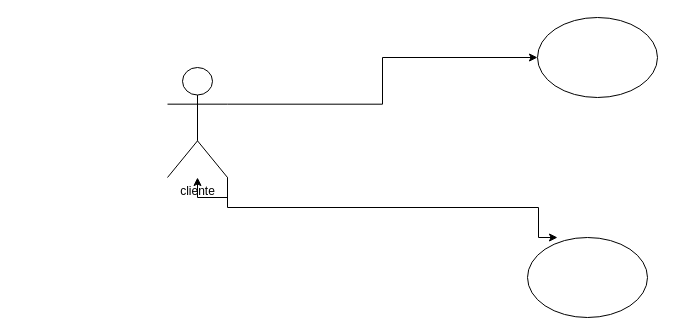
Earlier version of the draw.io diagram page "Página-1" (1 of 5) of Diagrama sem nome.drawio (helio0278/diagramasderequisitos). Source tidied: cells renumbered, new cells numbered last; positions are measured from the earlier drawing's top-left corner, leaving out a move shared by most shapes. Both pictures are drawn from the tidied source at 100%, with x=0, y=0 at pixel (167, 17).
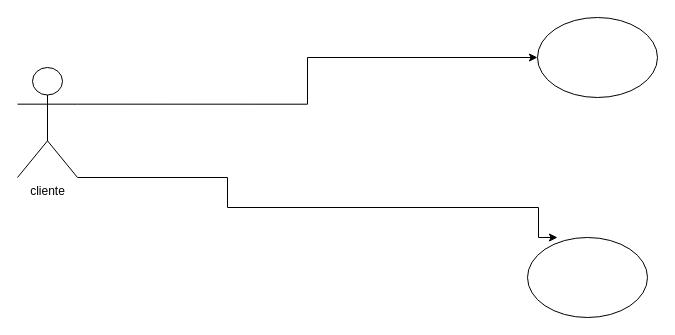
After the change.

Change to the diagram source:
```diff
@@
 <mxGraphModel>
   <root>
     <mxCell id="0" />
     <mxCell id="1" parent="0" />
     <mxCell id="2" style="ellipse;whiteSpace=wrap;html=1;" parent="1" vertex="1">
       <mxGeometry x="370" width="120" height="80" as="geometry" />
     </mxCell>
     <mxCell id="3" style="ellipse;whiteSpace=wrap;html=1;" parent="1" vertex="1">
       <mxGeometry x="360" y="220" width="120" height="80" as="geometry" />
     </mxCell>
     <mxCell id="4" style="edgeStyle=orthogonalEdgeStyle;rounded=0;jettySize=auto;html=1;exitX=1;exitY=0.3333333333333333;exitDx=0;exitDy=0;exitPerimeter=0;entryX=0;entryY=0.5;entryDx=0;entryDy=0;" parent="1" edge="1" source="6" target="2">
       <mxGeometry relative="1" as="geometry" />
     </mxCell>
     <mxCell id="5" style="edgeStyle=orthogonalEdgeStyle;rounded=0;jettySize=auto;html=1;exitX=1;exitY=1;exitDx=0;exitDy=0;exitPerimeter=0;entryX=0.25;entryY=0;entryDx=0;entryDy=0;entryPerimeter=0;" parent="1" edge="1" source="6" target="3">
       <mxGeometry relative="1" as="geometry">
         <Array as="points">
           <mxPoint x="60" y="190" />
           <mxPoint x="371" y="190" />
           <mxPoint x="371" y="220" />
         </Array>
       </mxGeometry>
     </mxCell>
     <mxCell id="6" value="cliente" style="shape=umlActor;verticalLabelPosition=bottom;verticalAlign=top;html=1;outlineConnect=0;" parent="1" vertex="1">
-      <mxGeometry y="50" width="60" height="110" as="geometry" />
+      <mxGeometry x="-150" y="50" width="60" height="110" as="geometry" />
     </mxCell>
-    <mxCell id="7" style="edgeStyle=orthogonalEdgeStyle;rounded=0;orthogonalLoop=1;jettySize=auto;html=1;exitX=1;exitY=1;exitDx=0;exitDy=0;exitPerimeter=0;" parent="1" edge="1" source="6" target="6">
-      <mxGeometry relative="1" as="geometry">
-        <Array as="points">
-          <mxPoint x="60" y="180" />
-          <mxPoint x="30" y="180" />
-        </Array>
-      </mxGeometry>
-    </mxCell>
   </root>
 </mxGraphModel>
```
